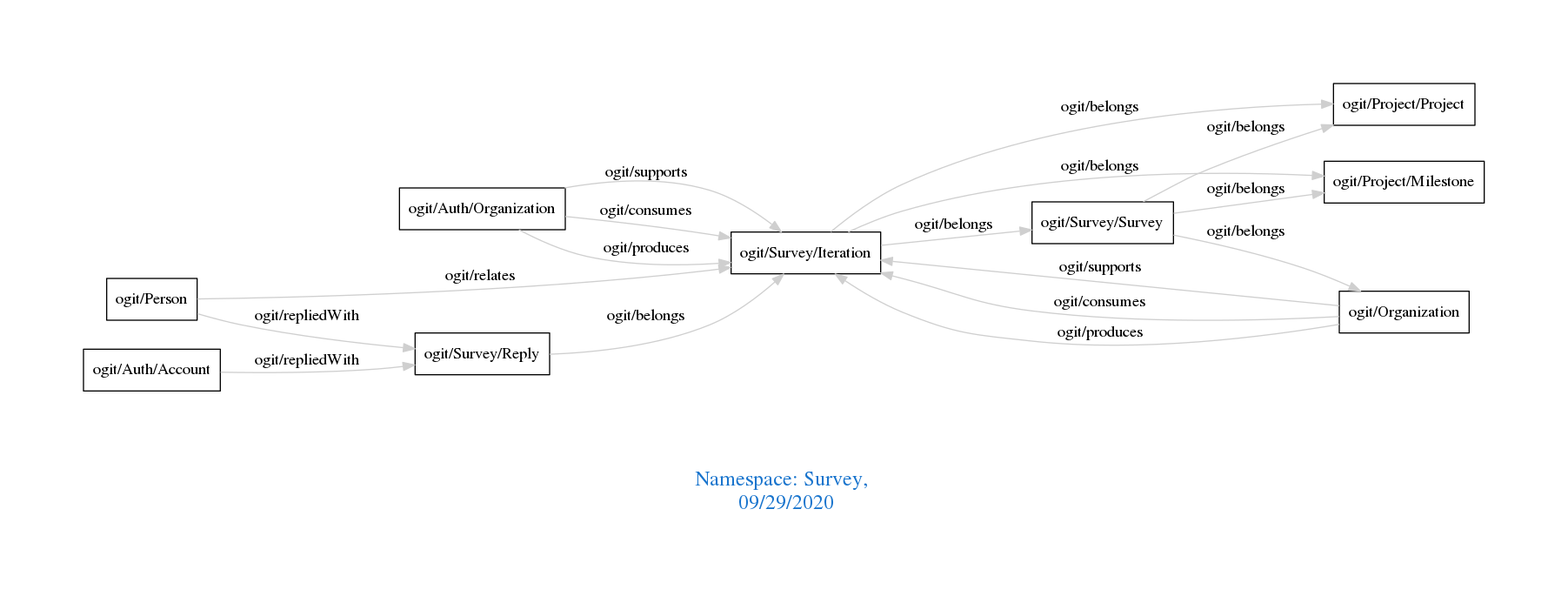
The Graphviz diagram downloads/Survey.png in arago/OGIT, before a commit. Its source is kept beside it as downloads/Survey.dot.
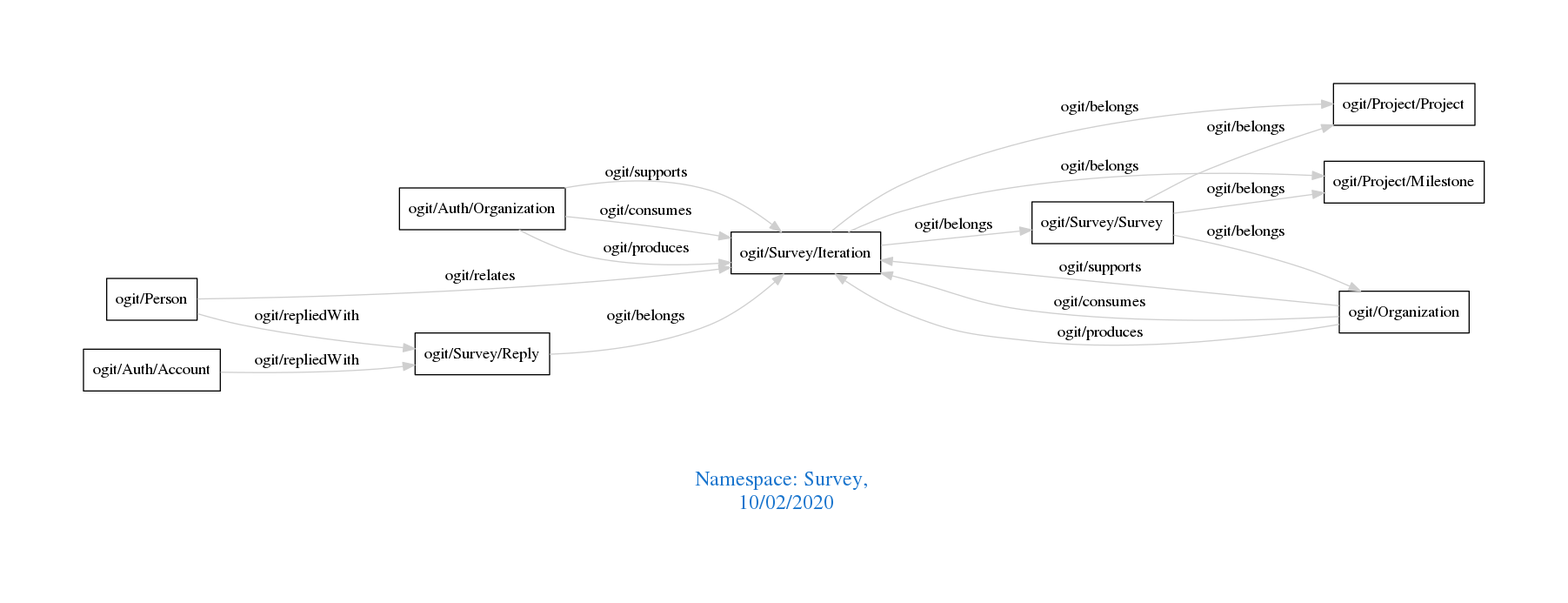
Later version of the same file.

What changed in the source:
```diff
@@ -1,7 +1,7 @@
 digraph OGIT_ontology {
  graph [ rankdir= LR,pad=1
 fontsize = 18,
-fontcolor= dodgerblue3,label = "\n\n\nNamespace: Survey, \n 09/29/2020"];
+fontcolor= dodgerblue3,label = "\n\n\nNamespace: Survey, \n 10/02/2020"];
 node[shape=polygon];
 edge [  color="gray81"];
 
```
